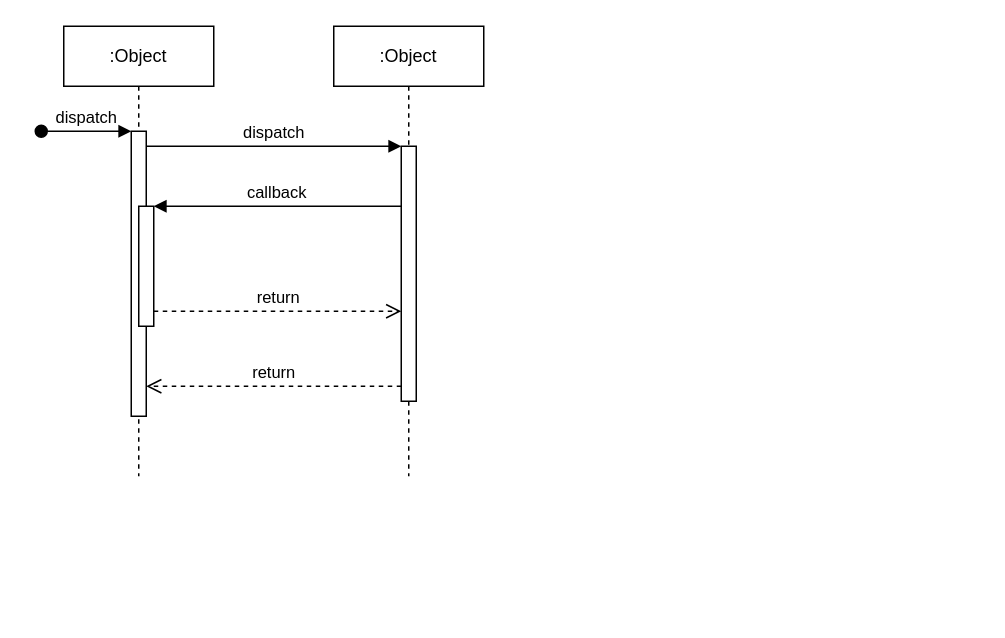
Above: createEventSequenceDiagram.drawio in MigLyons/Draw.io (draw.io), before the change. Source tidied: cells renumbered, new cells numbered last; positions are measured from the earlier drawing's top-left corner, leaving out a move shared by most shapes. Both pictures are drawn from the tidied source at 150%, with x=0, y=0 at pixel (40, 26).
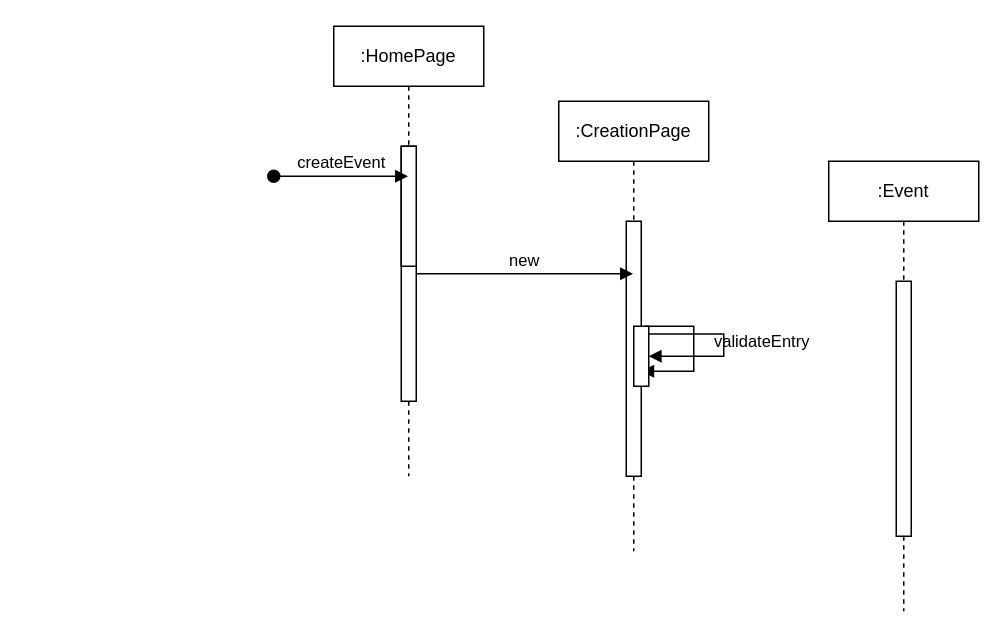
The same page after the edit.

The edit, as a diff of the source:
```diff
@@
 <mxGraphModel>
   <root>
     <mxCell id="0" />
     <mxCell id="1" parent="0" />
-    <mxCell id="2" value=":Object" style="shape=umlLifeline;perimeter=lifelinePerimeter;whiteSpace=wrap;html=1;newEdgeStyle={&quot;edgeStyle&quot;:&quot;elbowEdgeStyle&quot;,&quot;elbow&quot;:&quot;vertical&quot;,&quot;curved&quot;:0,&quot;rounded&quot;:0};" parent="1" vertex="1">
-      <mxGeometry x="15" width="100" height="300" as="geometry" />
-    </mxCell>
-    <mxCell id="3" style="html=1;points=[];perimeter=orthogonalPerimeter;outlineConnect=0;targetShapes=umlLifeline;portConstraint=eastwest;newEdgeStyle={&quot;edgeStyle&quot;:&quot;elbowEdgeStyle&quot;,&quot;elbow&quot;:&quot;vertical&quot;,&quot;curved&quot;:0,&quot;rounded&quot;:0};" parent="2" vertex="1">
-      <mxGeometry x="45" y="70" width="10" height="190" as="geometry" />
-    </mxCell>
-    <mxCell id="4" value="dispatch" style="html=1;verticalAlign=bottom;startArrow=oval;endArrow=block;startSize=8;edgeStyle=elbowEdgeStyle;elbow=vertical;curved=0;rounded=0;" parent="2" edge="1" target="3">
-      <mxGeometry relative="1" as="geometry">
-        <mxPoint x="-15" y="70" as="sourcePoint" />
-      </mxGeometry>
-    </mxCell>
-    <mxCell id="5" style="html=1;points=[];perimeter=orthogonalPerimeter;outlineConnect=0;targetShapes=umlLifeline;portConstraint=eastwest;newEdgeStyle={&quot;edgeStyle&quot;:&quot;elbowEdgeStyle&quot;,&quot;elbow&quot;:&quot;vertical&quot;,&quot;curved&quot;:0,&quot;rounded&quot;:0};" parent="2" vertex="1">
-      <mxGeometry x="50" y="120" width="10" height="80" as="geometry" />
-    </mxCell>
-    <mxCell id="6" value=":Object" style="shape=umlLifeline;perimeter=lifelinePerimeter;whiteSpace=wrap;html=1;outlineConnect=0;portConstraint=eastwest;newEdgeStyle={&quot;edgeStyle&quot;:&quot;elbowEdgeStyle&quot;,&quot;elbow&quot;:&quot;vertical&quot;,&quot;curved&quot;:0,&quot;rounded&quot;:0};" parent="1" vertex="1">
+    <mxCell id="6" value=":HomePage" style="shape=umlLifeline;perimeter=lifelinePerimeter;whiteSpace=wrap;html=1;outlineConnect=0;portConstraint=eastwest;newEdgeStyle={&quot;edgeStyle&quot;:&quot;elbowEdgeStyle&quot;,&quot;elbow&quot;:&quot;vertical&quot;,&quot;curved&quot;:0,&quot;rounded&quot;:0};size=40;" parent="1" vertex="1">
       <mxGeometry x="195" width="100" height="300" as="geometry" />
     </mxCell>
     <mxCell id="7" style="html=1;points=[];perimeter=orthogonalPerimeter;outlineConnect=0;targetShapes=umlLifeline;portConstraint=eastwest;newEdgeStyle={&quot;edgeStyle&quot;:&quot;elbowEdgeStyle&quot;,&quot;elbow&quot;:&quot;vertical&quot;,&quot;curved&quot;:0,&quot;rounded&quot;:0};" parent="6" vertex="1">
       <mxGeometry x="45" y="80" width="10" height="170" as="geometry" />
     </mxCell>
-    <mxCell id="8" value="dispatch" style="html=1;verticalAlign=bottom;endArrow=block;edgeStyle=elbowEdgeStyle;elbow=vertical;curved=0;rounded=0;" parent="1" edge="1" source="3" target="7">
-      <mxGeometry relative="1" as="geometry">
-        <Array as="points">
-          <mxPoint x="155" y="80" />
-        </Array>
-      </mxGeometry>
-    </mxCell>
-    <mxCell id="9" value="return" style="html=1;verticalAlign=bottom;endArrow=open;dashed=1;endSize=8;edgeStyle=elbowEdgeStyle;elbow=vertical;curved=0;rounded=0;" parent="1" edge="1" source="7" target="3">
-      <mxGeometry relative="1" as="geometry">
-        <Array as="points">
-          <mxPoint x="165" y="240" />
-        </Array>
-      </mxGeometry>
-    </mxCell>
-    <mxCell id="10" value="callback" style="html=1;verticalAlign=bottom;endArrow=block;edgeStyle=elbowEdgeStyle;elbow=vertical;curved=0;rounded=0;" parent="1" edge="1" source="7" target="5">
-      <mxGeometry relative="1" as="geometry">
-        <Array as="points">
-          <mxPoint x="165" y="120" />
-        </Array>
-      </mxGeometry>
-    </mxCell>
-    <mxCell id="11" value="return" style="html=1;verticalAlign=bottom;endArrow=open;dashed=1;endSize=8;edgeStyle=elbowEdgeStyle;elbow=vertical;curved=0;rounded=0;" parent="1" edge="1" source="5" target="7">
-      <mxGeometry relative="1" as="geometry">
-        <Array as="points">
-          <mxPoint x="155" y="190" />
-        </Array>
-      </mxGeometry>
-    </mxCell>
+    <mxCell id="12" style="html=1;perimeter=orthogonalPerimeter;targetShapes=umlLifeline;newEdgeStyle={&quot;curved&quot;:0,&quot;rounded&quot;:0};" parent="6" vertex="1">
+      <mxGeometry x="45" y="80" width="10" height="80" as="geometry" />
+    </mxCell>
+    <mxCell id="13" value=":CreationPage" style="shape=umlLifeline;perimeter=lifelinePerimeter;whiteSpace=wrap;html=1;outlineConnect=0;portConstraint=eastwest;newEdgeStyle={&quot;edgeStyle&quot;:&quot;elbowEdgeStyle&quot;,&quot;elbow&quot;:&quot;vertical&quot;,&quot;curved&quot;:0,&quot;rounded&quot;:0};" parent="1" vertex="1">
+      <mxGeometry x="345" y="50" width="100" height="300" as="geometry" />
+    </mxCell>
+    <mxCell id="14" style="html=1;perimeter=orthogonalPerimeter;targetShapes=umlLifeline;newEdgeStyle={&quot;edgeStyle&quot;:&quot;elbowEdgeStyle&quot;,&quot;elbow&quot;:&quot;vertical&quot;,&quot;curved&quot;:0,&quot;rounded&quot;:0};" parent="13" vertex="1">
+      <mxGeometry x="45" y="80" width="10" height="170" as="geometry" />
+    </mxCell>
+    <mxCell id="15" value=":Event" style="shape=umlLifeline;perimeter=lifelinePerimeter;whiteSpace=wrap;html=1;newEdgeStyle={&quot;edgeStyle&quot;:&quot;elbowEdgeStyle&quot;,&quot;elbow&quot;:&quot;vertical&quot;,&quot;curved&quot;:0,&quot;rounded&quot;:0};" parent="1" vertex="1">
+      <mxGeometry x="525" y="90" width="100" height="300" as="geometry" />
+    </mxCell>
+    <mxCell id="16" style="html=1;perimeter=orthogonalPerimeter;targetShapes=umlLifeline;newEdgeStyle={&quot;edgeStyle&quot;:&quot;elbowEdgeStyle&quot;,&quot;elbow&quot;:&quot;vertical&quot;,&quot;curved&quot;:0,&quot;rounded&quot;:0};" parent="15" vertex="1">
+      <mxGeometry x="45" y="80" width="10" height="170" as="geometry" />
+    </mxCell>
+    <mxCell id="17" value="createEvent" style="html=1;verticalAlign=bottom;startArrow=oval;startFill=1;endArrow=block;startSize=8;curved=0;rounded=0;" parent="1" edge="1" target="6">
+      <mxGeometry relative="1" as="geometry">
+        <mxPoint x="155" y="100" as="sourcePoint" />
+      </mxGeometry>
+    </mxCell>
+    <mxCell id="18" value="new" style="html=1;verticalAlign=bottom;endArrow=block;curved=0;rounded=0;" parent="1" edge="1" source="7" target="13">
+      <mxGeometry relative="1" as="geometry" />
+    </mxCell>
+    <mxCell id="19" value="validateEntry" style="html=1;align=left;spacingLeft=2;endArrow=block;rounded=0;edgeStyle=orthogonalEdgeStyle;curved=0;rounded=0;exitX=0.58;exitY=0.517;exitDx=0;exitDy=0;exitPerimeter=0;" parent="1" edge="1" source="21">
+      <mxGeometry x="0.08" y="10" relative="1" as="geometry">
+        <mxPoint x="400" y="230" as="targetPoint" />
+        <Array as="points">
+          <mxPoint x="403" y="200" />
+          <mxPoint x="435" y="200" />
+          <mxPoint x="435" y="230" />
+        </Array>
+      </mxGeometry>
+    </mxCell>
+    <mxCell id="20" style="html=1;align=left;spacingLeft=2;endArrow=block;rounded=0;edgeStyle=orthogonalEdgeStyle;curved=0;rounded=0;exitX=0.58;exitY=0.517;exitDx=0;exitDy=0;exitPerimeter=0;" parent="1" edge="1" source="13" target="21">
+      <mxGeometry relative="1" as="geometry" />
+    </mxCell>
+    <mxCell id="21" style="html=1;points=[[0,0,0,0,5],[0,1,0,0,-5],[1,0,0,0,5],[1,1,0,0,-5]];perimeter=orthogonalPerimeter;outlineConnect=0;targetShapes=umlLifeline;portConstraint=eastwest;newEdgeStyle={&quot;curved&quot;:0,&quot;rounded&quot;:0};" parent="1" vertex="1">
+      <mxGeometry x="395" y="200" width="10" height="40" as="geometry" />
+    </mxCell>
   </root>
 </mxGraphModel>
```
